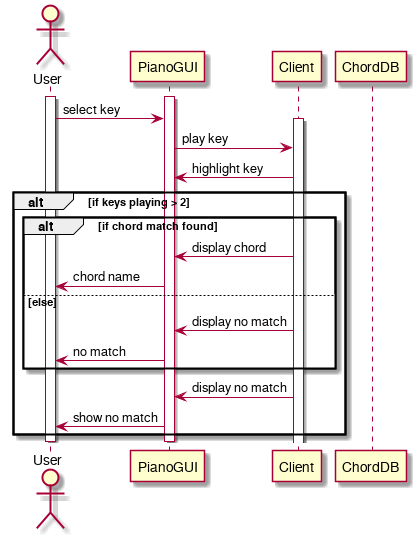
Earlier version of the PlantUML export docs/assets/uml/chordmatchSequenceAnalysis.png (devinchristianson/daj).
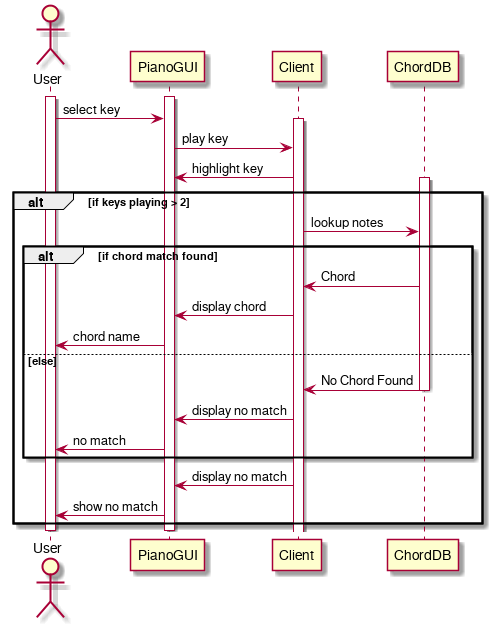
Above is the later version.

The edit, as a diff of the source:
```diff
@@ -10,10 +10,15 @@
 PianoGUI -> Client: play key
 Client -> PianoGUI: highlight key
 alt if keys playing > 2
+activate ChordDB
+Client -> ChordDB : lookup notes
 alt if chord match found
+ChordDB -> Client : Chord
 Client -> PianoGUI: display chord
 PianoGUI -> User: chord name
 else else
+ChordDB -> Client : No Chord Found
+deactivate ChordDB
 Client -> PianoGUI: display no match
 PianoGUI -> User: no match
 end
```
